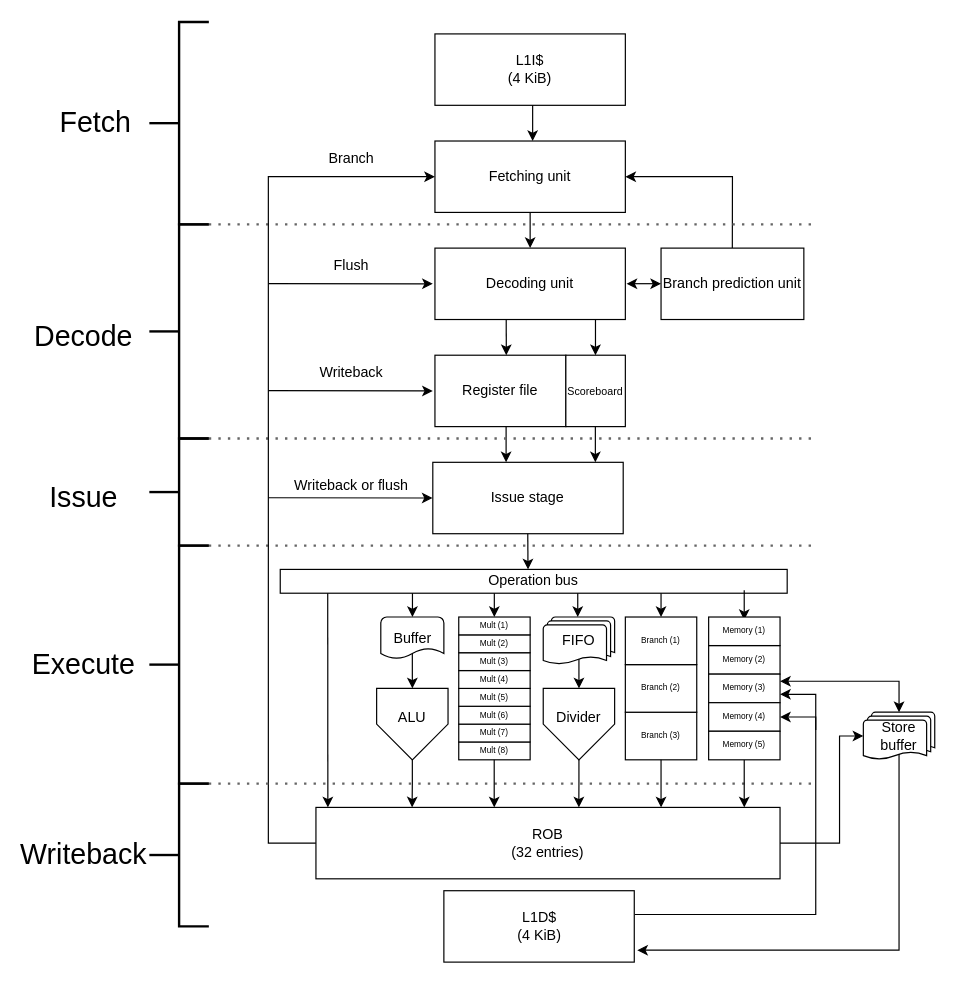
Slicudis/SRV3 keeps this draw.io diagram as docs/SRV3.drawio. Above is the earlier version. Source tidied: cells renumbered, new cells numbered last; positions are measured from the earlier drawing's top-left corner, leaving out a move shared by most shapes. Both pictures are drawn from the tidied source at 119%, with x=0, y=0 at pixel (30, 21).
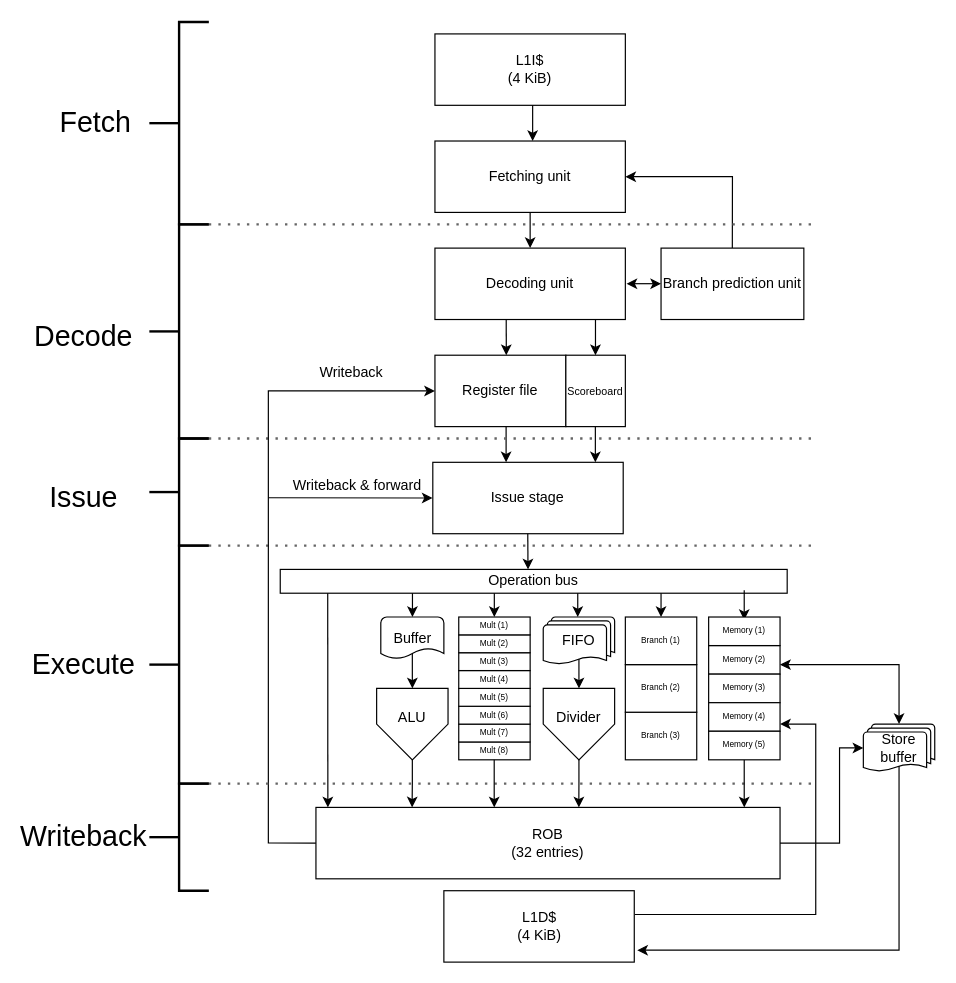
The same page after the edit.

Unchanged cells that the change refers to:
```xml
<mxCell id="4" value="Fetching unit" style="rounded=0;whiteSpace=wrap;html=1;" parent="1" vertex="1">
  <mxGeometry x="340" y="100" width="160" height="60" as="geometry" />
</mxCell>
<mxCell id="78" value="&lt;font&gt;Memory (2)&lt;/font&gt;" style="rounded=0;whiteSpace=wrap;html=1;fontSize=7;" parent="77" vertex="1">
  <mxGeometry y="24" width="60" height="24" as="geometry" />
</mxCell>
<mxCell id="79" value="&lt;font&gt;Memory (3)&lt;/font&gt;" style="rounded=0;whiteSpace=wrap;html=1;fontSize=7;" parent="77" vertex="1">
  <mxGeometry y="48" width="60" height="24" as="geometry" />
</mxCell>
<mxCell id="81" value="&lt;font&gt;Memory (4)&lt;/font&gt;" style="rounded=0;whiteSpace=wrap;html=1;fontSize=7;" parent="77" vertex="1">
  <mxGeometry y="72" width="60" height="24" as="geometry" />
</mxCell>
<mxCell id="86" value="ROB&lt;div&gt;(32 entries)&lt;/div&gt;" style="rounded=0;whiteSpace=wrap;html=1;" parent="1" vertex="1">
  <mxGeometry x="240" y="660" width="390" height="60" as="geometry" />
</mxCell>
```

Change to the diagram source:
```diff
@@
-    <mxCell id="41" style="edgeStyle=orthogonalEdgeStyle;rounded=0;jettySize=auto;html=1;entryX=0;entryY=0.5;entryDx=0;entryDy=0;exitX=0;exitY=0.5;exitDx=0;exitDy=0;exitPerimeter=0;" parent="1" edge="1" source="86" target="4">
+    <mxCell id="41" style="edgeStyle=orthogonalEdgeStyle;rounded=0;jettySize=auto;html=1;entryX=0;entryY=0.5;entryDx=0;entryDy=0;exitX=0;exitY=0.499;exitDx=0;exitDy=0;exitPerimeter=0;" parent="1" edge="1" source="86">
       <mxGeometry relative="1" as="geometry">
+        <mxPoint x="340" y="310" as="targetPoint" />
         <Array as="points">
           <mxPoint x="200" y="690" />
-          <mxPoint x="200" y="130" />
+          <mxPoint x="200" y="310" />
         </Array>
       </mxGeometry>
     </mxCell>
     <mxCell id="42" style="strokeWidth=2;html=1;shape=mxgraph.flowchart.annotation_2;align=left;labelPosition=right;" parent="1" vertex="1">
-      <mxGeometry x="100" y="640" width="50" height="120" as="geometry" />
+      <mxGeometry x="100" y="640" width="50" height="90" as="geometry" />
     </mxCell>
     <mxCell id="43" value="Writeback" style="text;html=1;align=center;verticalAlign=middle;whiteSpace=wrap;rounded=0;fontSize=24;" parent="1" vertex="1">
-      <mxGeometry y="675" width="90" height="50" as="geometry" />
+      <mxGeometry y="660" width="90" height="50" as="geometry" />
     </mxCell>
@@
-    <mxCell id="48" style="endArrow=classic;html=1;rounded=0;" parent="1" edge="1">
-      <mxGeometry relative="1" as="geometry">
-        <mxPoint x="200.2" y="309.8" as="sourcePoint" />
-        <mxPoint x="338.2" y="310" as="targetPoint" />
-      </mxGeometry>
-    </mxCell>
-    <mxCell id="49" style="endArrow=classic;html=1;rounded=0;" parent="1" edge="1">
-      <mxGeometry relative="1" as="geometry">
-        <mxPoint x="200.2" y="219.8" as="sourcePoint" />
-        <mxPoint x="338.2" y="220" as="targetPoint" />
-      </mxGeometry>
-    </mxCell>
-    <mxCell id="50" value="Writeback or flush" style="text;html=1;align=center;verticalAlign=middle;whiteSpace=wrap;rounded=0;" parent="1" vertex="1">
-      <mxGeometry x="220" y="375" width="100" height="30" as="geometry" />
+    <mxCell id="50" value="Writeback &amp;amp; forward" style="text;html=1;align=center;verticalAlign=middle;whiteSpace=wrap;rounded=0;" parent="1" vertex="1">
+      <mxGeometry x="220" y="375" width="110" height="30" as="geometry" />
     </mxCell>
@@
-    <mxCell id="52" value="Flush" style="text;html=1;align=center;verticalAlign=middle;whiteSpace=wrap;rounded=0;" parent="1" vertex="1">
-      <mxGeometry x="240" y="190" width="60" height="30" as="geometry" />
-    </mxCell>
-    <mxCell id="53" value="Branch" style="text;html=1;align=center;verticalAlign=middle;whiteSpace=wrap;rounded=0;" parent="1" vertex="1">
-      <mxGeometry x="240" y="100" width="60" height="30" as="geometry" />
-    </mxCell>
@@
-    <mxCell id="73" style="endArrow=classic;html=1;rounded=0;" parent="1" edge="1">
-      <mxGeometry relative="1" as="geometry">
-        <mxPoint x="530" y="620" as="sourcePoint" />
-        <mxPoint x="530" y="660" as="targetPoint" />
-      </mxGeometry>
-    </mxCell>
@@
     <mxCell id="76" value="Store buffer" style="strokeWidth=1;html=1;shape=mxgraph.flowchart.multi-document;whiteSpace=wrap;" parent="1" vertex="1">
-      <mxGeometry x="700" y="580" width="60" height="40" as="geometry" />
+      <mxGeometry x="700" y="590" width="60" height="40" as="geometry" />
     </mxCell>
@@
-    <mxCell id="83" style="endArrow=classic;html=1;rounded=0;entryX=1;entryY=0.5;entryDx=0;entryDy=0;" parent="1" edge="1" target="81">
+    <mxCell id="83" style="endArrow=classic;html=1;rounded=0;entryX=1;entryY=0.75;entryDx=0;entryDy=0;entryPerimeter=0;" parent="1" edge="1" target="81">
       <mxGeometry relative="1" as="geometry">
         <mxPoint x="508" y="750" as="sourcePoint" />
         <Array as="points">
           <mxPoint x="660" y="750" />
-          <mxPoint x="660" y="584" />
+          <mxPoint x="660" y="590" />
         </Array>
       </mxGeometry>
     </mxCell>
-    <mxCell id="84" style="endArrow=classic;startArrow=classic;html=1;rounded=0;entryX=0.5;entryY=0;entryDx=0;entryDy=0;entryPerimeter=0;exitX=1;exitY=0.25;exitDx=0;exitDy=0;" parent="1" edge="1" source="79" target="76">
-      <mxGeometry relative="1" as="geometry">
-        <Array as="points">
-          <mxPoint x="730" y="554" />
-        </Array>
-      </mxGeometry>
-    </mxCell>
-    <mxCell id="85" style="endArrow=classic;html=1;rounded=0;" parent="1" edge="1">
-      <mxGeometry relative="1" as="geometry">
-        <mxPoint x="660" y="595" as="sourcePoint" />
-        <mxPoint x="630" y="565" as="targetPoint" />
-        <Array as="points">
-          <mxPoint x="660" y="565" />
-        </Array>
-      </mxGeometry>
-    </mxCell>
@@
     <mxCell id="87" style="edgeStyle=orthogonalEdgeStyle;rounded=0;jettySize=auto;html=1;entryX=0;entryY=0.5;entryDx=0;entryDy=0;entryPerimeter=0;" parent="1" edge="1" source="86" target="76">
       <mxGeometry relative="1" as="geometry">
         <Array as="points">
           <mxPoint x="680" y="690" />
-          <mxPoint x="680" y="600" />
+          <mxPoint x="680" y="610" />
         </Array>
       </mxGeometry>
     </mxCell>
+    <mxCell id="88" style="endArrow=classic;startArrow=classic;html=1;rounded=0;exitX=1;exitY=0.667;exitDx=0;exitDy=0;exitPerimeter=0;" parent="1" edge="1" source="78">
+      <mxGeometry relative="1" as="geometry">
+        <mxPoint x="730" y="590" as="targetPoint" />
+        <Array as="points">
+          <mxPoint x="730" y="540" />
+        </Array>
+      </mxGeometry>
+    </mxCell>
```
